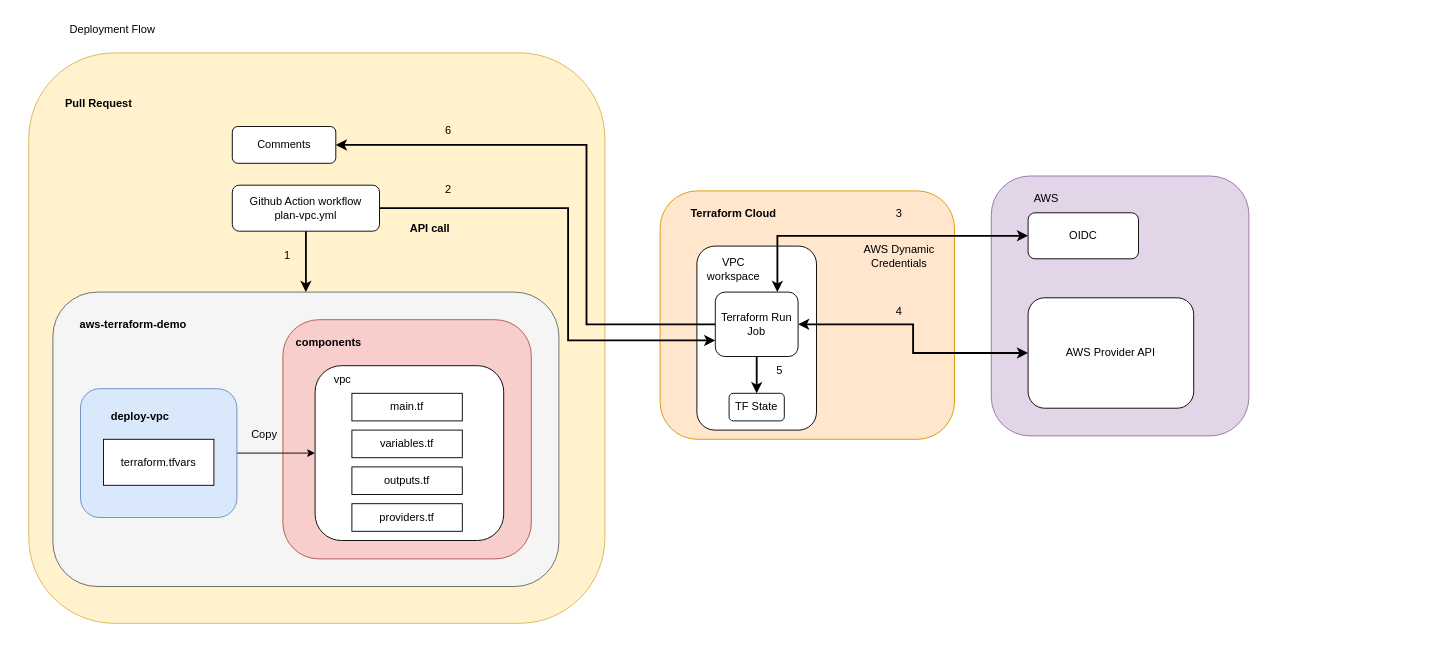
Earlier version of the draw.io diagram diagrams/deployment_flow.drawio (HanYangZhao/aws-terraform-demo). Source tidied: cells renumbered, new cells numbered last; positions are measured from the earlier drawing's top-left corner, leaving out a move shared by most shapes. Both pictures are drawn from the tidied source at 92%, with x=0, y=0 at pixel (16, 16).
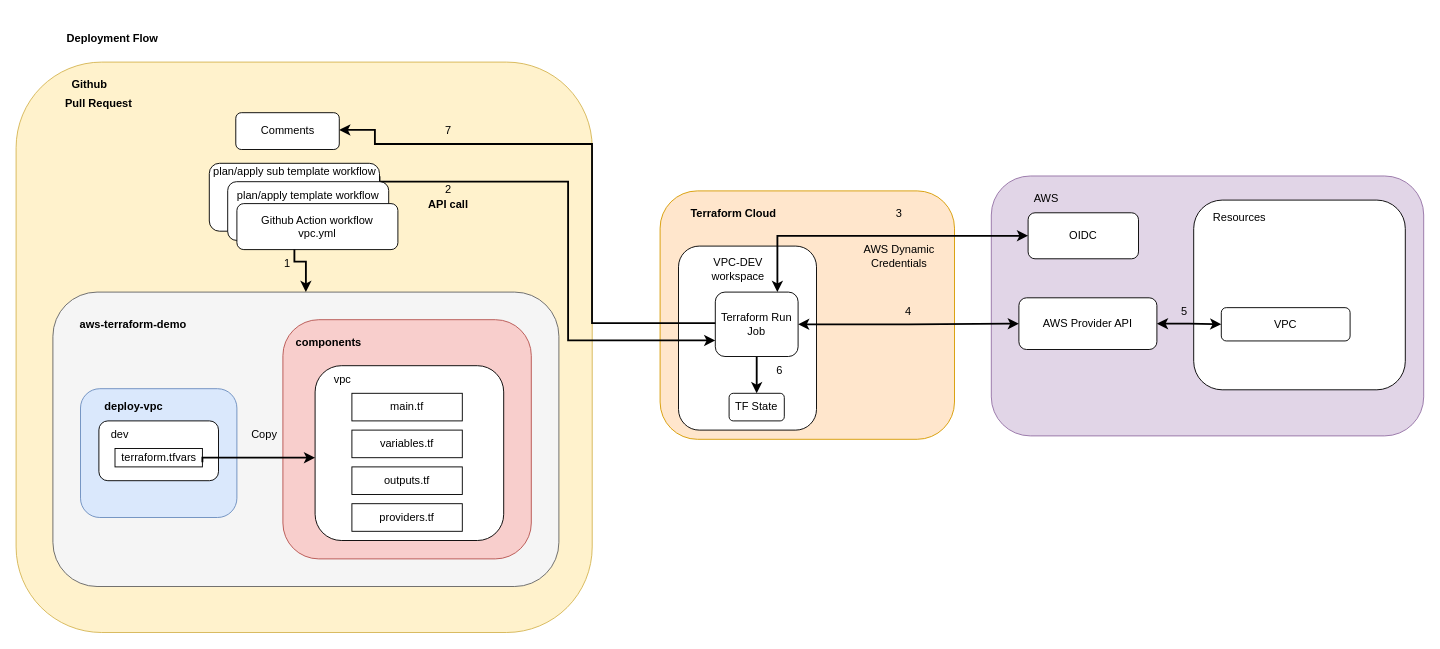
After the change.

The change refers to these unchanged cells:
```xml
<mxCell id="9" style="rounded=1;whiteSpace=wrap;html=1;fillColor=#dae8fc;strokeColor=#6c8ebf;" parent="1" vertex="1">
  <mxGeometry x="70" y="405" width="170" height="140" as="geometry" />
</mxCell>
<mxCell id="10" style="rounded=1;whiteSpace=wrap;html=1;" parent="1" vertex="1">
  <mxGeometry x="325" y="380" width="205" height="190" as="geometry" />
</mxCell>
<mxCell id="34" value="Terraform Run Job" style="rounded=1;whiteSpace=wrap;html=1;" parent="1" vertex="1">
  <mxGeometry x="760" y="300" width="90" height="70" as="geometry" />
</mxCell>
```

The edit, as a diff of the source:
```diff
@@
     <mxCell id="3" style="rounded=1;whiteSpace=wrap;html=1;fillColor=default;" parent="1" vertex="1">
-      <mxGeometry x="740" y="250" width="130" height="200" as="geometry" />
+      <mxGeometry x="720" y="250" width="150" height="200" as="geometry" />
     </mxCell>
     <mxCell id="4" style="rounded=1;whiteSpace=wrap;html=1;fillColor=#fff2cc;strokeColor=#d6b656;" parent="1" vertex="1">
-      <mxGeometry x="13.8" y="40" width="626.2" height="620" as="geometry" />
+      <mxGeometry y="50" width="626.2" height="620" as="geometry" />
     </mxCell>
@@
-    <mxCell id="7" value="Deployment Flow" style="text;html=1;strokeColor=none;fillColor=none;align=center;verticalAlign=middle;whiteSpace=wrap;rounded=0;" parent="1" vertex="1">
-      <mxGeometry width="210" height="30" as="geometry" />
+    <mxCell id="7" value="&lt;b&gt;Deployment Flow&lt;/b&gt;" style="text;html=1;strokeColor=none;fillColor=none;align=center;verticalAlign=middle;whiteSpace=wrap;rounded=0;" parent="1" vertex="1">
+      <mxGeometry y="10" width="210" height="30" as="geometry" />
     </mxCell>
-    <mxCell id="8" style="edgeStyle=orthogonalEdgeStyle;rounded=0;jettySize=auto;html=1;exitX=1;exitY=0.5;exitDx=0;exitDy=0;strokeWidth=1;" parent="1" edge="1" source="9" target="10">
-      <mxGeometry relative="1" as="geometry" />
-    </mxCell>
@@
     <mxCell id="11" value="&lt;b&gt;deploy-vpc&lt;/b&gt;" style="text;html=1;strokeColor=none;fillColor=none;align=center;verticalAlign=middle;whiteSpace=wrap;rounded=0;" parent="1" vertex="1">
-      <mxGeometry x="90" y="420" width="90" height="30" as="geometry" />
+      <mxGeometry x="82.5" y="410" width="90" height="30" as="geometry" />
     </mxCell>
-    <mxCell id="12" value="&lt;div&gt;terraform.tfvars&lt;/div&gt;" style="rounded=0;whiteSpace=wrap;html=1;" parent="1" vertex="1">
-      <mxGeometry x="95" y="460" width="120" height="50" as="geometry" />
-    </mxCell>
@@
-    <mxCell id="23" style="edgeStyle=orthogonalEdgeStyle;rounded=0;jettySize=auto;html=1;exitX=1;exitY=0.5;exitDx=0;exitDy=0;entryX=0;entryY=0.75;entryDx=0;entryDy=0;strokeWidth=2;" parent="1" edge="1" source="24" target="34">
+    <mxCell id="23" style="edgeStyle=orthogonalEdgeStyle;rounded=0;jettySize=auto;html=1;exitX=0.992;exitY=0.204;exitDx=0;exitDy=0;entryX=0;entryY=0.75;entryDx=0;entryDy=0;strokeWidth=2;exitPerimeter=0;" parent="1" edge="1" source="24" target="34">
       <mxGeometry relative="1" as="geometry">
         <Array as="points">
-          <mxPoint x="600" y="209" />
-          <mxPoint x="600" y="353" />
+          <mxPoint x="395" y="175" />
+          <mxPoint x="395" y="180" />
+          <mxPoint x="600" y="180" />
+          <mxPoint x="600" y="352" />
         </Array>
       </mxGeometry>
     </mxCell>
-    <mxCell id="24" value="&lt;div&gt;Github Action workflow&lt;/div&gt;&lt;div&gt;plan-vpc.yml&lt;br&gt;&lt;/div&gt;" style="rounded=1;whiteSpace=wrap;html=1;" parent="1" vertex="1">
-      <mxGeometry x="235" y="183.8" width="160" height="50" as="geometry" />
+    <mxCell id="24" style="rounded=1;whiteSpace=wrap;html=1;" parent="1" vertex="1">
+      <mxGeometry x="210" y="160" width="185" height="73.8" as="geometry" />
     </mxCell>
@@
     <mxCell id="26" style="rounded=1;whiteSpace=wrap;html=1;fillColor=#e1d5e7;strokeColor=#9673a6;" parent="1" vertex="1">
-      <mxGeometry x="1060" y="173.8" width="280" height="282.5" as="geometry" />
+      <mxGeometry x="1060" y="173.8" width="470" height="282.5" as="geometry" />
     </mxCell>
@@
-    <mxCell id="29" value="VPC workspace" style="text;html=1;strokeColor=none;fillColor=none;align=center;verticalAlign=middle;whiteSpace=wrap;rounded=0;" parent="1" vertex="1">
-      <mxGeometry x="750" y="260" width="60" height="30" as="geometry" />
+    <mxCell id="29" value="VPC-DEV workspace" style="text;html=1;strokeColor=none;fillColor=none;align=center;verticalAlign=middle;whiteSpace=wrap;rounded=0;" parent="1" vertex="1">
+      <mxGeometry x="750" y="260" width="70" height="30" as="geometry" />
     </mxCell>
@@
-    <mxCell id="33" style="edgeStyle=orthogonalEdgeStyle;rounded=0;jettySize=auto;html=1;exitX=0;exitY=0.5;exitDx=0;exitDy=0;entryX=1;entryY=0.5;entryDx=0;entryDy=0;strokeWidth=2;" parent="1" edge="1" source="34" target="39">
+    <mxCell id="33" style="edgeStyle=orthogonalEdgeStyle;rounded=0;orthogonalLoop=1;jettySize=auto;html=1;exitX=0;exitY=0.5;exitDx=0;exitDy=0;entryX=1;entryY=0.5;entryDx=0;entryDy=0;strokeWidth=2;" parent="1" edge="1">
       <mxGeometry relative="1" as="geometry">
+        <mxPoint x="766.2" y="333.7" as="sourcePoint" />
+        <mxPoint x="351.2" y="123.7" as="targetPoint" />
         <Array as="points">
-          <mxPoint x="620" y="335" />
-          <mxPoint x="620" y="140" />
+          <mxPoint x="626" y="334" />
+          <mxPoint x="626" y="139" />
+          <mxPoint x="390" y="139" />
+          <mxPoint x="390" y="124" />
         </Array>
       </mxGeometry>
     </mxCell>
@@
     <mxCell id="35" value="&lt;b&gt;API call&lt;/b&gt;" style="text;html=1;strokeColor=none;fillColor=none;align=center;verticalAlign=middle;whiteSpace=wrap;rounded=0;" parent="1" vertex="1">
-      <mxGeometry x="420" y="216.2" width="60" height="30" as="geometry" />
+      <mxGeometry x="440" y="190" width="60" height="30" as="geometry" />
     </mxCell>
@@
     <mxCell id="37" value="AWS Provider API" style="rounded=1;whiteSpace=wrap;html=1;" parent="1" vertex="1">
-      <mxGeometry x="1100" y="306.2" width="180" height="120" as="geometry" />
+      <mxGeometry x="1090" y="306.2" width="150" height="56.2" as="geometry" />
     </mxCell>
@@
     <mxCell id="39" value="Comments" style="rounded=1;whiteSpace=wrap;html=1;" parent="1" vertex="1">
-      <mxGeometry x="235" y="120" width="112.5" height="40" as="geometry" />
+      <mxGeometry x="238.8" y="105" width="112.5" height="40" as="geometry" />
     </mxCell>
     <mxCell id="40" value="1" style="text;html=1;strokeColor=none;fillColor=none;align=center;verticalAlign=middle;whiteSpace=wrap;rounded=0;" parent="1" vertex="1">
-      <mxGeometry x="265" y="246.2" width="60" height="30" as="geometry" />
+      <mxGeometry x="265" y="253.8" width="60" height="30" as="geometry" />
     </mxCell>
@@
     <mxCell id="43" value="4" style="text;html=1;strokeColor=none;fillColor=none;align=center;verticalAlign=middle;whiteSpace=wrap;rounded=0;" parent="1" vertex="1">
-      <mxGeometry x="930" y="306.2" width="60" height="30" as="geometry" />
+      <mxGeometry x="940" y="306.2" width="60" height="30" as="geometry" />
     </mxCell>
-    <mxCell id="44" value="5" style="text;html=1;strokeColor=none;fillColor=none;align=center;verticalAlign=middle;whiteSpace=wrap;rounded=0;" parent="1" vertex="1">
+    <mxCell id="44" value="6" style="text;html=1;strokeColor=none;fillColor=none;align=center;verticalAlign=middle;whiteSpace=wrap;rounded=0;" parent="1" vertex="1">
       <mxGeometry x="800" y="370" width="60" height="30" as="geometry" />
     </mxCell>
-    <mxCell id="45" value="6" style="text;html=1;strokeColor=none;fillColor=none;align=center;verticalAlign=middle;whiteSpace=wrap;rounded=0;" parent="1" vertex="1">
+    <mxCell id="45" value="7" style="text;html=1;strokeColor=none;fillColor=none;align=center;verticalAlign=middle;whiteSpace=wrap;rounded=0;" parent="1" vertex="1">
       <mxGeometry x="440" y="110" width="60" height="30" as="geometry" />
     </mxCell>
@@
+    <mxCell id="47" value="&lt;div&gt;&lt;br&gt;&lt;/div&gt;&lt;div&gt;&lt;br&gt;&lt;/div&gt;" style="rounded=1;whiteSpace=wrap;html=1;" parent="1" vertex="1">
+      <mxGeometry x="230" y="180" width="175" height="63.8" as="geometry" />
+    </mxCell>
+    <mxCell id="48" value="&lt;div&gt;Github Action workflow&lt;/div&gt;&lt;div&gt;vpc.yml&lt;br&gt;&lt;/div&gt;" style="rounded=1;whiteSpace=wrap;html=1;" parent="1" vertex="1">
+      <mxGeometry x="240" y="203.8" width="175" height="50" as="geometry" />
+    </mxCell>
+    <mxCell id="49" value="plan/apply template workflow" style="text;html=1;strokeColor=none;fillColor=none;align=center;verticalAlign=middle;whiteSpace=wrap;rounded=0;" parent="1" vertex="1">
+      <mxGeometry x="235" y="180" width="165" height="30" as="geometry" />
+    </mxCell>
+    <mxCell id="50" value="plan/apply sub template workflow" style="text;html=1;strokeColor=none;fillColor=none;align=center;verticalAlign=middle;whiteSpace=wrap;rounded=0;" parent="1" vertex="1">
+      <mxGeometry x="207.5" y="153.8" width="190" height="30" as="geometry" />
+    </mxCell>
+    <mxCell id="51" value="&lt;b&gt;Github&lt;/b&gt;" style="text;html=1;strokeColor=none;fillColor=none;align=center;verticalAlign=middle;whiteSpace=wrap;rounded=0;" parent="1" vertex="1">
+      <mxGeometry x="50" y="60" width="60" height="30" as="geometry" />
+    </mxCell>
+    <mxCell id="52" style="rounded=1;whiteSpace=wrap;html=1;" parent="1" vertex="1">
+      <mxGeometry x="90" y="440" width="130" height="65" as="geometry" />
+    </mxCell>
+    <mxCell id="12" value="&lt;div&gt;terraform.tfvars&lt;/div&gt;" style="rounded=0;whiteSpace=wrap;html=1;" parent="1" vertex="1">
+      <mxGeometry x="107.5" y="470" width="95" height="20" as="geometry" />
+    </mxCell>
+    <mxCell id="53" value="dev" style="text;html=1;strokeColor=none;fillColor=none;align=center;verticalAlign=middle;whiteSpace=wrap;rounded=0;" parent="1" vertex="1">
+      <mxGeometry x="82.5" y="440" width="60" height="30" as="geometry" />
+    </mxCell>
+    <mxCell id="54" style="rounded=1;whiteSpace=wrap;html=1;" parent="1" vertex="1">
+      <mxGeometry x="1280" y="200" width="230" height="206.2" as="geometry" />
+    </mxCell>
+    <mxCell id="55" value="Resources" style="text;html=1;strokeColor=none;fillColor=none;align=center;verticalAlign=middle;whiteSpace=wrap;rounded=0;" parent="1" vertex="1">
+      <mxGeometry x="1300" y="203.8" width="60" height="30" as="geometry" />
+    </mxCell>
+    <mxCell id="56" value="VPC" style="rounded=1;whiteSpace=wrap;html=1;" parent="1" vertex="1">
+      <mxGeometry x="1310" y="316.9" width="140" height="36.2" as="geometry" />
+    </mxCell>
+    <mxCell id="57" style="edgeStyle=orthogonalEdgeStyle;rounded=0;jettySize=auto;html=1;exitX=1;exitY=0.5;exitDx=0;exitDy=0;entryX=0;entryY=0.5;entryDx=0;entryDy=0;strokeWidth=2;startArrow=classic;startFill=1;" parent="1" edge="1" source="37" target="56">
+      <mxGeometry relative="1" as="geometry" />
+    </mxCell>
+    <mxCell id="58" value="5" style="text;html=1;strokeColor=none;fillColor=none;align=center;verticalAlign=middle;whiteSpace=wrap;rounded=0;" parent="1" vertex="1">
+      <mxGeometry x="1240" y="306.2" width="60" height="30" as="geometry" />
+    </mxCell>
+    <mxCell id="8" style="edgeStyle=orthogonalEdgeStyle;rounded=0;jettySize=auto;html=1;exitX=1;exitY=0.75;exitDx=0;exitDy=0;strokeWidth=2;" parent="1" edge="1" source="12" target="10">
+      <mxGeometry relative="1" as="geometry">
+        <Array as="points">
+          <mxPoint x="202" y="480" />
+        </Array>
+      </mxGeometry>
+    </mxCell>
```
